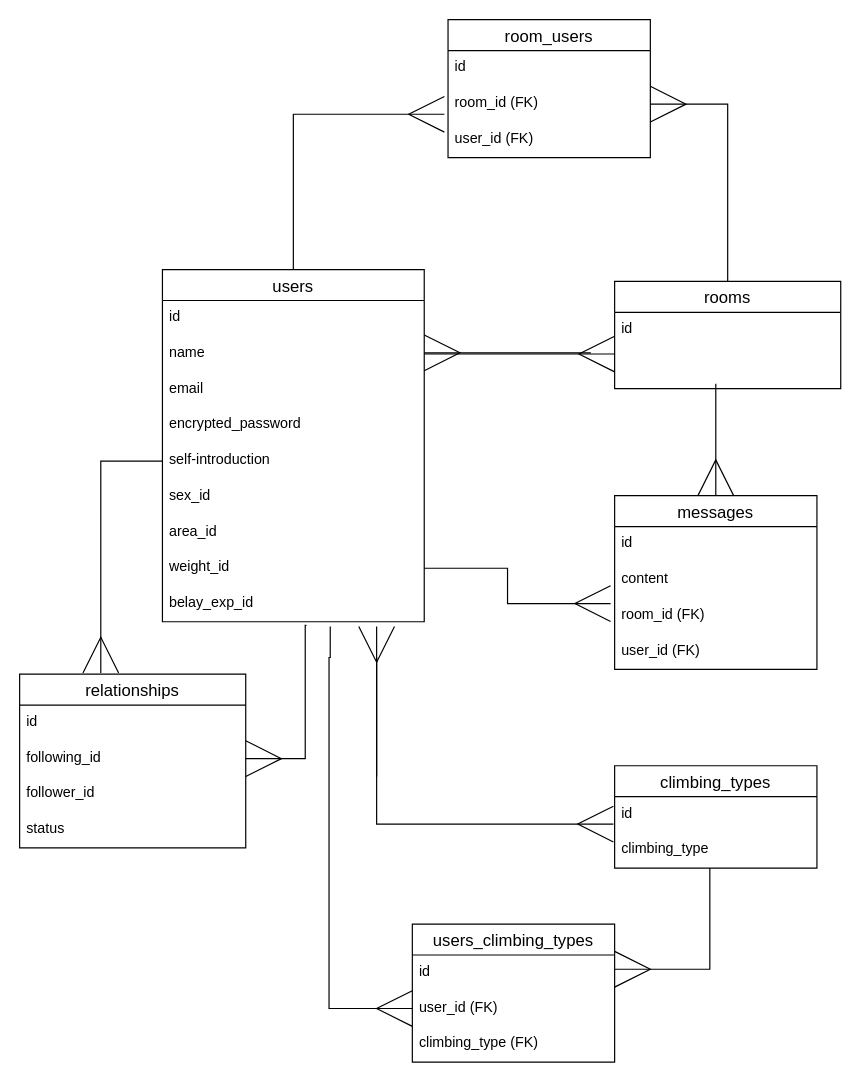
ttaroo1217/climber-app keeps this draw.io diagram as page "ページ1" (1 of 2) of climber-app.dio. Above is the earlier version. Source tidied: cells renumbered, new cells numbered last; positions are measured from the earlier drawing's top-left corner, leaving out a move shared by most shapes. Both pictures are drawn from the tidied source at 119%, with x=0, y=0 at pixel (19, 19).
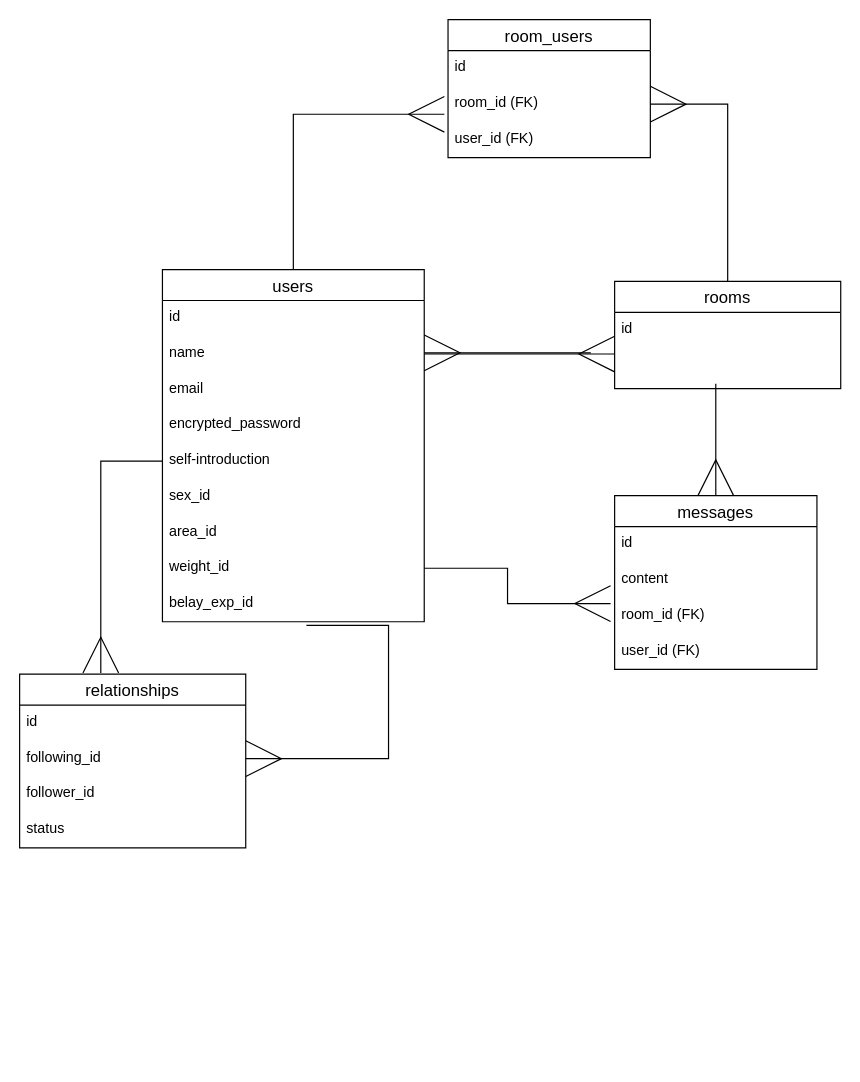
After the change.

The change refers to these unchanged cells:
```xml
<mxCell id="6" value="following_id" style="text;strokeColor=none;fillColor=none;spacingLeft=4;spacingRight=4;overflow=hidden;points=[[0,0.5],[1,0.5]];portConstraint=eastwest;fontSize=12;" parent="4" vertex="1">
  <mxGeometry y="56" width="190" height="30" as="geometry" />
</mxCell>
<mxCell id="19" value="belay_exp_id" style="text;strokeColor=none;fillColor=none;spacingLeft=4;spacingRight=4;overflow=hidden;points=[[0,0.5],[1,0.5]];portConstraint=eastwest;fontSize=12;" parent="10" vertex="1">
  <mxGeometry y="266" width="220" height="30" as="geometry" />
</mxCell>
```

The edit, as a diff of the source:
```diff
@@
     <mxCell id="3" style="edgeStyle=orthogonalEdgeStyle;rounded=0;jettySize=auto;html=1;endArrow=ERmany;endFill=0;endSize=28;entryX=1;entryY=0.5;entryDx=0;entryDy=0;exitX=0.55;exitY=1.1;exitDx=0;exitDy=0;exitPerimeter=0;" parent="1" edge="1" source="19" target="6">
       <mxGeometry relative="1" as="geometry">
         <Array as="points">
-          <mxPoint x="240" y="509" />
-          <mxPoint x="240" y="621" />
+          <mxPoint x="310" y="621" />
         </Array>
       </mxGeometry>
     </mxCell>
@@
-    <mxCell id="36" value="users_climbing_types" style="swimlane;fontStyle=0;horizontal=1;startSize=26;align=center;fontSize=14;" parent="1" vertex="1">
-      <mxGeometry x="330" y="760" width="170" height="116" as="geometry" />
-    </mxCell>
-    <mxCell id="37" value="id" style="text;strokeColor=none;fillColor=none;spacingLeft=4;spacingRight=4;overflow=hidden;points=[[0,0.5],[1,0.5]];portConstraint=eastwest;fontSize=12;" parent="36" vertex="1">
-      <mxGeometry y="26" width="170" height="30" as="geometry" />
-    </mxCell>
-    <mxCell id="38" value="user_id (FK)" style="text;strokeColor=none;fillColor=none;spacingLeft=4;spacingRight=4;overflow=hidden;points=[[0,0.5],[1,0.5]];portConstraint=eastwest;fontSize=12;" parent="36" vertex="1">
-      <mxGeometry y="56" width="170" height="30" as="geometry" />
-    </mxCell>
-    <mxCell id="39" value="climbing_type (FK)" style="text;strokeColor=none;fillColor=none;spacingLeft=4;spacingRight=4;overflow=hidden;fontSize=12;" parent="36" vertex="1">
-      <mxGeometry y="86" width="170" height="30" as="geometry" />
-    </mxCell>
-    <mxCell id="40" value="climbing_types" style="swimlane;fontStyle=0;horizontal=1;startSize=26;align=center;fontSize=14;" parent="1" vertex="1">
-      <mxGeometry x="500" y="627" width="170" height="86" as="geometry" />
-    </mxCell>
-    <mxCell id="41" value="id" style="text;strokeColor=none;fillColor=none;spacingLeft=4;spacingRight=4;overflow=hidden;points=[[0,0.5],[1,0.5]];portConstraint=eastwest;fontSize=12;" parent="40" vertex="1">
-      <mxGeometry y="26" width="170" height="30" as="geometry" />
-    </mxCell>
-    <mxCell id="42" value="climbing_type" style="text;strokeColor=none;fillColor=none;spacingLeft=4;spacingRight=4;overflow=hidden;fontSize=12;" parent="40" vertex="1">
-      <mxGeometry y="56" width="170" height="30" as="geometry" />
-    </mxCell>
-    <mxCell id="43" style="edgeStyle=orthogonalEdgeStyle;rounded=0;jettySize=auto;html=1;endArrow=ERmany;endFill=0;endSize=28;entryX=0;entryY=0.5;entryDx=0;entryDy=0;exitX=0.641;exitY=1.133;exitDx=0;exitDy=0;exitPerimeter=0;" parent="1" edge="1" source="19" target="38">
-      <mxGeometry relative="1" as="geometry">
-        <Array as="points">
-          <mxPoint x="261" y="536" />
-          <mxPoint x="260" y="536" />
-          <mxPoint x="260" y="831" />
-        </Array>
-      </mxGeometry>
-    </mxCell>
-    <mxCell id="44" style="edgeStyle=orthogonalEdgeStyle;rounded=0;jettySize=auto;html=1;endArrow=ERmany;endFill=0;endSize=28;" parent="1" edge="1" target="37">
-      <mxGeometry relative="1" as="geometry">
-        <mxPoint x="580" y="713" as="sourcePoint" />
-        <Array as="points">
-          <mxPoint x="580" y="798" />
-        </Array>
-      </mxGeometry>
-    </mxCell>
-    <mxCell id="45" style="edgeStyle=orthogonalEdgeStyle;rounded=0;jettySize=auto;html=1;endArrow=ERmany;endFill=0;endSize=28;entryX=-0.006;entryY=0.767;entryDx=0;entryDy=0;entryPerimeter=0;" parent="1" edge="1" target="41">
-      <mxGeometry relative="1" as="geometry">
-        <mxPoint x="300" y="536" as="sourcePoint" />
-        <Array as="points">
-          <mxPoint x="300" y="676" />
-        </Array>
-      </mxGeometry>
-    </mxCell>
-    <mxCell id="46" style="rounded=0;orthogonalLoop=1;jettySize=auto;html=1;endArrow=ERmany;endFill=0;endSize=28;" parent="1" edge="1">
-      <mxGeometry relative="1" as="geometry">
-        <mxPoint x="300" y="636" as="sourcePoint" />
-        <mxPoint x="300" y="510" as="targetPoint" />
-        <Array as="points">
-          <mxPoint x="300" y="636" />
-        </Array>
-      </mxGeometry>
-    </mxCell>
```
